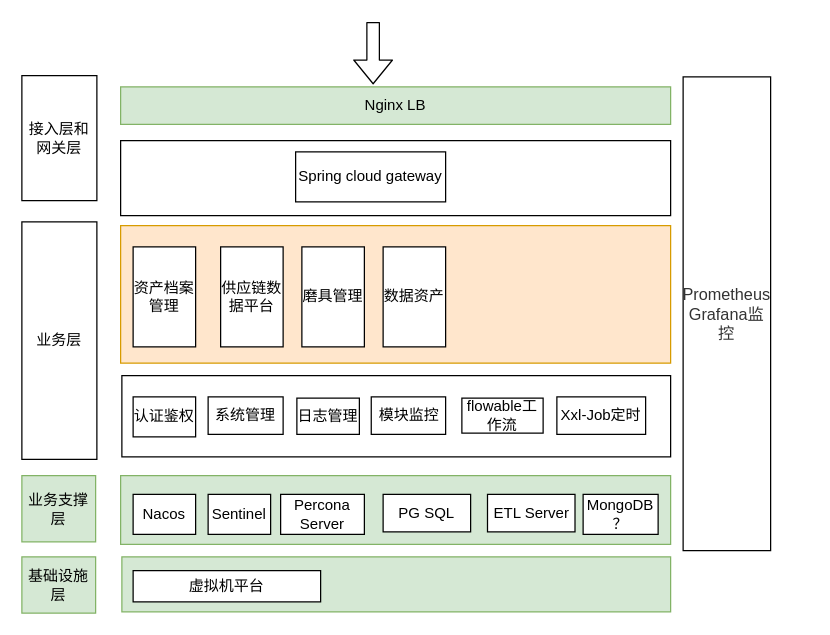
This is 微服务架构图.drawio from slieer/javaworks, a draw.io file, before an edit. Source tidied: cells renumbered, new cells numbered last; positions are measured from the earlier drawing's top-left corner, leaving out a move shared by most shapes. Both pictures are drawn from the tidied source at 125%, with x=0, y=0 at pixel (21, 21).
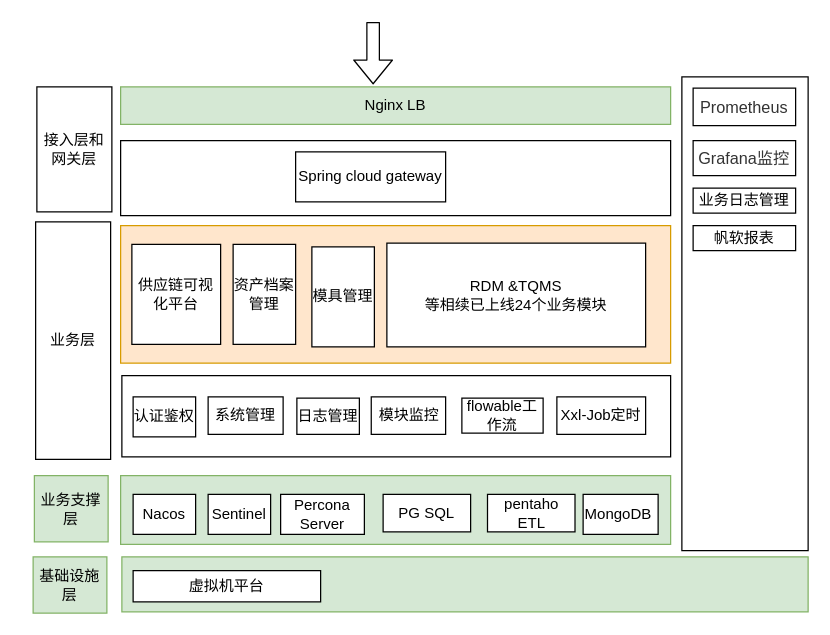
The same page after the edit.

Commit message:
Update 微服务架构图.drawio

Change to the diagram source:
```diff
@@
     <mxCell id="3" style="rounded=0;whiteSpace=wrap;html=1;fillColor=#d5e8d4;strokeColor=#82b366;" parent="1" vertex="1">
-      <mxGeometry x="80" y="428" width="439" height="44" as="geometry" />
+      <mxGeometry x="80" y="428" width="549" height="44" as="geometry" />
     </mxCell>
@@
     <mxCell id="9" value="资产档案管理" style="rounded=0;whiteSpace=wrap;html=1;" parent="1" vertex="1">
-      <mxGeometry x="89" y="180" width="50" height="80" as="geometry" />
+      <mxGeometry x="169" y="178" width="50" height="80" as="geometry" />
     </mxCell>
-    <mxCell id="10" value="供应链数据平台" style="rounded=0;whiteSpace=wrap;html=1;" parent="1" vertex="1">
-      <mxGeometry x="159" y="180" width="50" height="80" as="geometry" />
+    <mxCell id="10" value="供应链可视化平台" style="rounded=0;whiteSpace=wrap;html=1;" parent="1" vertex="1">
+      <mxGeometry x="88" y="178" width="71" height="80" as="geometry" />
     </mxCell>
-    <mxCell id="11" value="磨具管理" style="rounded=0;whiteSpace=wrap;html=1;" parent="1" vertex="1">
-      <mxGeometry x="224" y="180" width="50" height="80" as="geometry" />
+    <mxCell id="11" value="模具管理" style="rounded=0;whiteSpace=wrap;html=1;" parent="1" vertex="1">
+      <mxGeometry x="232" y="180" width="50" height="80" as="geometry" />
     </mxCell>
-    <mxCell id="12" value="数据资产" style="rounded=0;whiteSpace=wrap;html=1;" parent="1" vertex="1">
-      <mxGeometry x="289" y="180" width="50" height="80" as="geometry" />
+    <mxCell id="12" value="RDM &amp;amp;TQMS&lt;br&gt;等相续已上线24个业务模块" style="rounded=0;whiteSpace=wrap;html=1;" parent="1" vertex="1">
+      <mxGeometry x="292" y="177" width="207" height="83" as="geometry" />
     </mxCell>
@@
     <mxCell id="15" value="接入层和网关层" style="rounded=0;whiteSpace=wrap;html=1;" parent="1" vertex="1">
-      <mxGeometry y="43" width="60" height="100" as="geometry" />
+      <mxGeometry x="12" y="52" width="60" height="100" as="geometry" />
     </mxCell>
     <mxCell id="16" value="业务层" style="rounded=0;whiteSpace=wrap;html=1;" parent="1" vertex="1">
-      <mxGeometry y="160" width="60" height="190" as="geometry" />
+      <mxGeometry x="11" y="160" width="60" height="190" as="geometry" />
     </mxCell>
     <mxCell id="17" value="业务支撑层" style="rounded=0;whiteSpace=wrap;html=1;fillColor=#d5e8d4;strokeColor=#82b366;" parent="1" vertex="1">
-      <mxGeometry y="363" width="59" height="53" as="geometry" />
+      <mxGeometry x="10" y="363" width="59" height="53" as="geometry" />
     </mxCell>
@@
     <mxCell id="19" value="基础设施层" style="rounded=0;whiteSpace=wrap;html=1;fillColor=#d5e8d4;strokeColor=#82b366;" parent="1" vertex="1">
-      <mxGeometry y="428" width="59" height="45" as="geometry" />
+      <mxGeometry x="9" y="428" width="59" height="45" as="geometry" />
     </mxCell>
@@
-    <mxCell id="23" value="MongoDB ？" style="rounded=0;whiteSpace=wrap;html=1;" parent="1" vertex="1">
+    <mxCell id="23" value="MongoDB&amp;nbsp;" style="rounded=0;whiteSpace=wrap;html=1;" parent="1" vertex="1">
       <mxGeometry x="449" y="378" width="60" height="32" as="geometry" />
     </mxCell>
-    <mxCell id="24" value="ETL Server" style="rounded=0;whiteSpace=wrap;html=1;" parent="1" vertex="1">
+    <mxCell id="24" value="pentaho ETL" style="rounded=0;whiteSpace=wrap;html=1;" parent="1" vertex="1">
       <mxGeometry x="372.5" y="378" width="70" height="30" as="geometry" />
     </mxCell>
@@
-    <mxCell id="31" value="&lt;font color=&quot;#333333&quot; face=&quot;arial&quot;&gt;&lt;span style=&quot;font-size: 13px&quot;&gt;Prometheus&lt;br&gt;Grafana监控&lt;/span&gt;&lt;/font&gt;" style="rounded=0;whiteSpace=wrap;html=1;" parent="1" vertex="1">
-      <mxGeometry x="529" y="44" width="70" height="379" as="geometry" />
+    <mxCell id="31" value="&lt;font color=&quot;#333333&quot; face=&quot;arial&quot;&gt;&lt;span style=&quot;font-size: 13px&quot;&gt;&lt;br&gt;&lt;/span&gt;&lt;/font&gt;" style="rounded=0;whiteSpace=wrap;html=1;" parent="1" vertex="1">
+      <mxGeometry x="528" y="44" width="101" height="379" as="geometry" />
     </mxCell>
+    <mxCell id="32" value="&lt;span style=&quot;color: rgb(51, 51, 51); font-family: arial; font-size: 13px;&quot;&gt;Prometheus&lt;/span&gt;" style="rounded=0;whiteSpace=wrap;html=1;" parent="1" vertex="1">
+      <mxGeometry x="537" y="53" width="82" height="30" as="geometry" />
+    </mxCell>
+    <mxCell id="33" value="&lt;span style=&quot;color: rgb(51, 51, 51); font-family: arial; font-size: 13px;&quot;&gt;Grafana监控&lt;/span&gt;" style="rounded=0;whiteSpace=wrap;html=1;" parent="1" vertex="1">
+      <mxGeometry x="537" y="95" width="82" height="28" as="geometry" />
+    </mxCell>
+    <mxCell id="34" value="业务日志管理" style="rounded=0;whiteSpace=wrap;html=1;" parent="1" vertex="1">
+      <mxGeometry x="537" y="133" width="82" height="20" as="geometry" />
+    </mxCell>
+    <mxCell id="35" value="帆软报表" style="rounded=0;whiteSpace=wrap;html=1;" parent="1" vertex="1">
+      <mxGeometry x="537" y="163" width="82" height="20" as="geometry" />
+    </mxCell>
```
